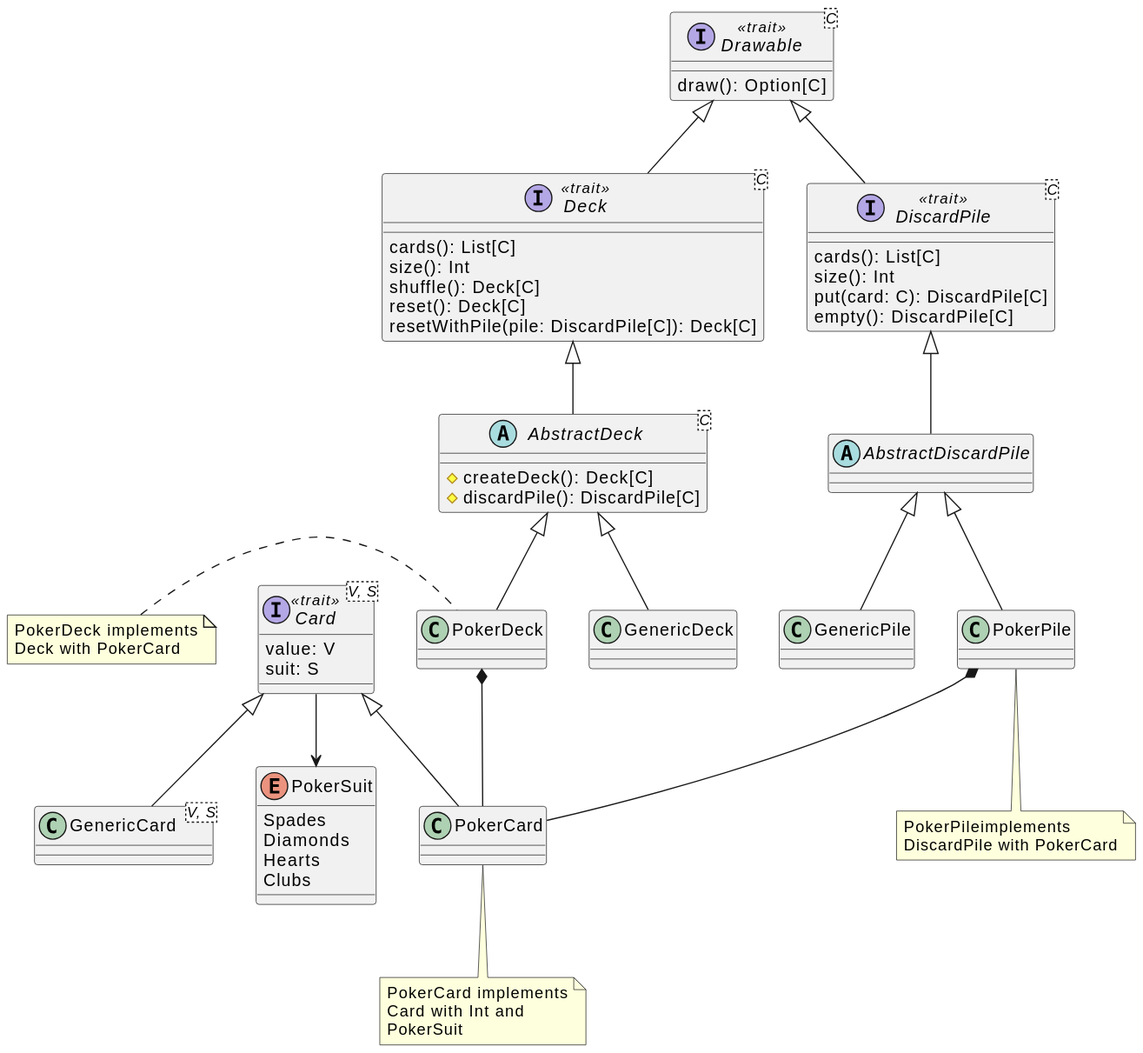
Earlier version of the PlantUML export docs/5-detailed-design/card-deck-pile-uml.svg (EmanueleArte/PPS-23-cactus).
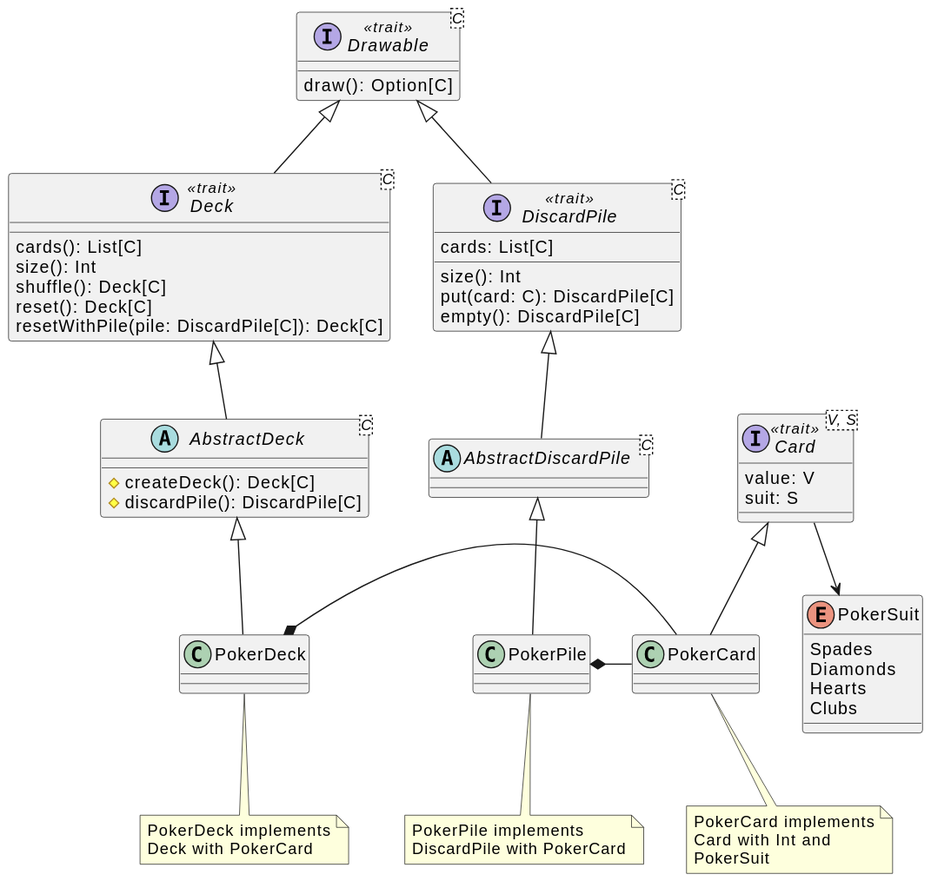
After the change.

Commit message:
Update class diagrams

Change to the diagram source:
```diff
@@ -1,70 +1,66 @@
 @startuml
-enum PokerSuit {
-  Spades
-  Diamonds
-  Hearts
-  Clubs
+interface Card<V, S> <<trait>> {
+value: V
+suit: S
 }
-
-interface Card<V, S> <<trait>> {
-  value: V
-  suit: S
-}
-
-class GenericCard<V, S> extends Card {}
 
 class PokerCard extends Card {}
 
 note bottom of PokerCard
-  PokerCard implements
-  Card with Int and
-  PokerSuit
-end note
+PokerCard implements
+Card with Int and
+PokerSuit
+endnote
 
+enum PokerSuit {
+Spades
+Diamonds
+Hearts
+Clubs
+}
 
 interface Drawable<C> <<trait>> {
 draw(): Option[C]
 }
 
-interface Deck<C> <<trait>> implements Drawable {
-  cards(): List[C]
-  size(): Int
-  shuffle(): Deck[C]
-  reset(): Deck[C]
-  resetWithPile(pile: DiscardPile[C]): Deck[C]
+interface Deck<C> <<trait>> extends Drawable {
+cards(): List[C]
+size(): Int
+shuffle(): Deck[C]
+reset(): Deck[C]
+resetWithPile(pile: DiscardPile[C]): Deck[C]
+}
+
+interface DiscardPile<C> <<trait>> extends Drawable {
+cards: List[C]
+size(): Int
+put(card: C): DiscardPile[C]
+empty(): DiscardPile[C]
 }
 
 abstract class AbstractDeck<C> extends Deck {
-  # createDeck(): Deck[C]
-  # discardPile(): DiscardPile[C]
+# createDeck(): Deck[C]
+# discardPile(): DiscardPile[C]
 }
 
-class GenericDeck extends AbstractDeck {}
+abstract class AbstractDiscardPile<C> extends DiscardPile {}
+
 class PokerDeck extends AbstractDeck {}
 
-note left of PokerDeck
-  PokerDeck implements
-  Deck with PokerCard
+note bottom of PokerDeck
+PokerDeck implements
+Deck with PokerCard
 end note
 
-interface DiscardPile<C> <<trait>> implements Drawable {
-  cards(): List[C]
-  size(): Int
-  put(card: C): DiscardPile[C]
-  empty(): DiscardPile[C]
-}
-
-abstract class AbstractDiscardPile extends DiscardPile {}
-
-class GenericPile extends AbstractDiscardPile {}
 class PokerPile extends AbstractDiscardPile {}
 
 note bottom of PokerPile
-  PokerPileimplements
-  DiscardPile with PokerCard
+PokerPile implements
+DiscardPile with PokerCard
 end note
 
-PokerDeck *-- PokerCard
-PokerPile *-- PokerCard
+
+PokerCard -left-* PokerDeck
+PokerCard -left-* PokerPile
 Card --> PokerSuit
 @enduml
```
